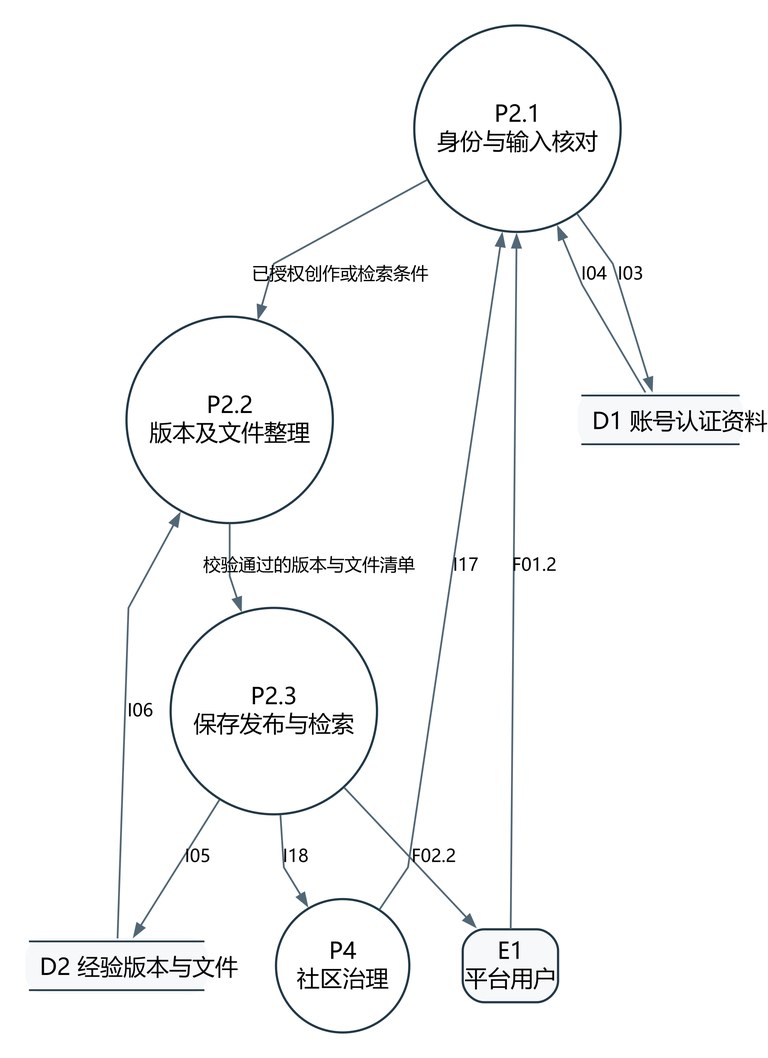
Above: docs/project/models/图表与模型/DFD21.png in jason-bitc/HZCU-CampusHub (Graphviz), before the change. Its source is kept beside it as docs/project/models/图表与模型/DFD21.dot. Source of this version:
```dot
digraph G {
graph [rankdir=TB,nodesep=0.30,ranksep=0.48,bgcolor="white",splines=polyline,pad=0.20];
node [fontname="Microsoft YaHei",fontsize=13,color="#223846",penwidth=1.25,margin="0.10,0.07",style="rounded,filled",fillcolor="#F6F8FA"];
edge [fontname="Microsoft YaHei",fontsize=10,color="#526775",arrowsize=0.7];
"P2.1" [shape=circle,label="P2.1\n身份与输入核对",style="filled",fillcolor="white"];
"P2.2" [shape=circle,label="P2.2\n版本及文件整理",style="filled",fillcolor="white"];
"P2.3" [shape=circle,label="P2.3\n保存发布与检索",style="filled",fillcolor="white"];
"E1" [shape=box,label="E1\n平台用户"];
"D1" [shape=plain,label=<<TABLE BORDER="0" CELLBORDER="0" CELLPADDING="5"><TR><TD BORDER="1" SIDES="TB">D1 账号认证资料</TD></TR></TABLE>>];
"D2" [shape=plain,label=<<TABLE BORDER="0" CELLBORDER="0" CELLPADDING="5"><TR><TD BORDER="1" SIDES="TB">D2 经验版本与文件</TD></TR></TABLE>>];
"P4" [shape=circle,label="P4\n社区治理",style="filled",fillcolor="white"];
"E1" -> "P2.1" [label="F01.2"];
"P2.3" -> "E1" [label="F02.2"];
"P2.1" -> "D1" [label="I03"];
"D1" -> "P2.1" [label="I04"];
"P2.3" -> "D2" [label="I05"];
"D2" -> "P2.2" [label="I06"];
"P4" -> "P2.1" [label="I17"];
"P2.3" -> "P4" [label="I18"];
"P2.1" -> "P2.2" [label="已授权创作或检索条件"];
"P2.2" -> "P2.3" [label="校验通过的版本与文件清单"];
}
```
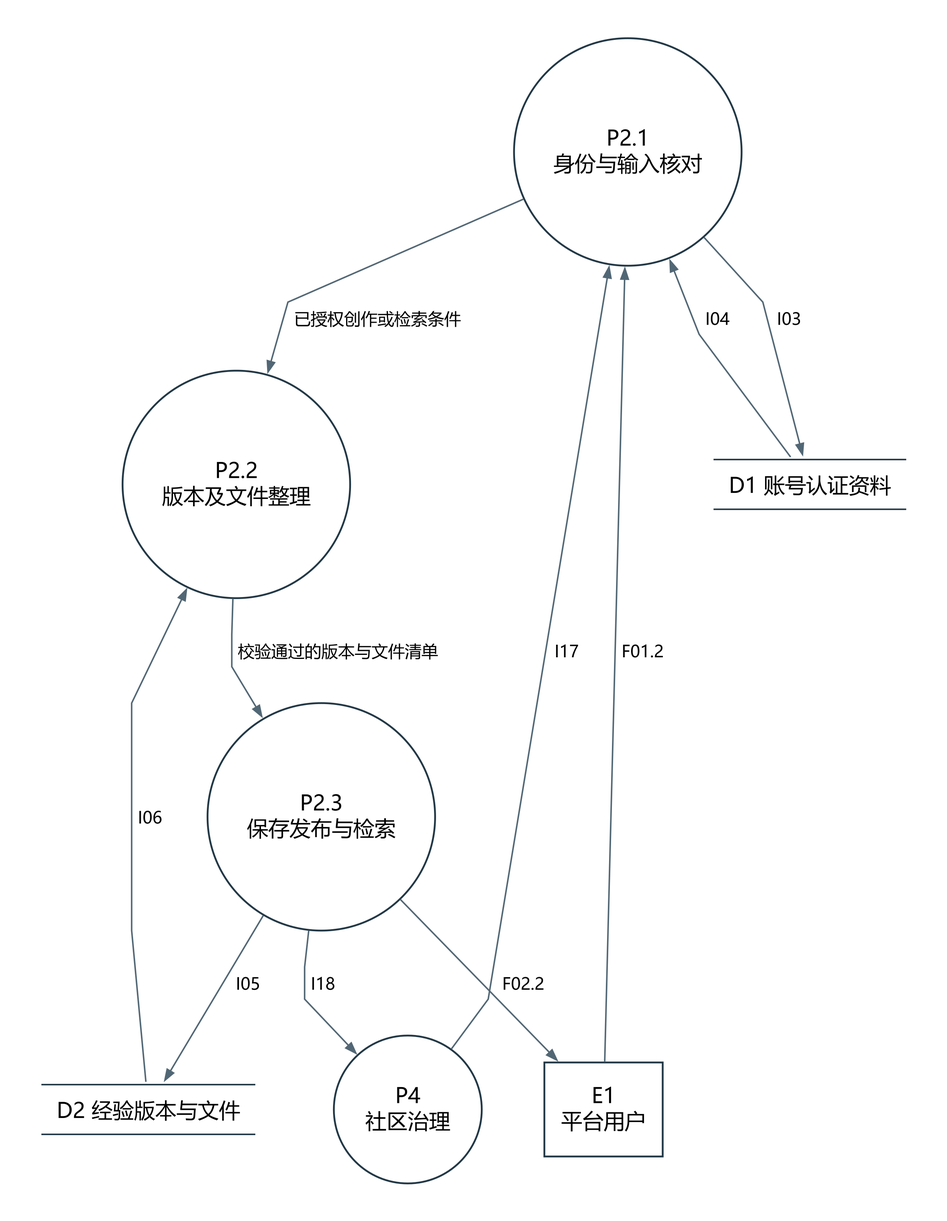
Above is the later version.

What changed in the source:
```diff
@@ -1,22 +1,22 @@
 digraph G {
-graph [rankdir=TB,nodesep=0.30,ranksep=0.48,bgcolor="white",splines=polyline,pad=0.20];
-node [fontname="Microsoft YaHei",fontsize=13,color="#223846",penwidth=1.25,margin="0.10,0.07",style="rounded,filled",fillcolor="#F6F8FA"];
-edge [fontname="Microsoft YaHei",fontsize=10,color="#526775",arrowsize=0.7];
-"P2.1" [shape=circle,label="P2.1\n身份与输入核对",style="filled",fillcolor="white"];
-"P2.2" [shape=circle,label="P2.2\n版本及文件整理",style="filled",fillcolor="white"];
-"P2.3" [shape=circle,label="P2.3\n保存发布与检索",style="filled",fillcolor="white"];
-"E1" [shape=box,label="E1\n平台用户"];
-"D1" [shape=plain,label=<<TABLE BORDER="0" CELLBORDER="0" CELLPADDING="5"><TR><TD BORDER="1" SIDES="TB">D1 账号认证资料</TD></TR></TABLE>>];
-"D2" [shape=plain,label=<<TABLE BORDER="0" CELLBORDER="0" CELLPADDING="5"><TR><TD BORDER="1" SIDES="TB">D2 经验版本与文件</TD></TR></TABLE>>];
-"P4" [shape=circle,label="P4\n社区治理",style="filled",fillcolor="white"];
-"E1" -> "P2.1" [label="F01.2"];
-"P2.3" -> "E1" [label="F02.2"];
-"P2.1" -> "D1" [label="I03"];
-"D1" -> "P2.1" [label="I04"];
-"P2.3" -> "D2" [label="I05"];
-"D2" -> "P2.2" [label="I06"];
-"P4" -> "P2.1" [label="I17"];
-"P2.3" -> "P4" [label="I18"];
-"P2.1" -> "P2.2" [label="已授权创作或检索条件"];
-"P2.2" -> "P2.3" [label="校验通过的版本与文件清单"];
+graph [rankdir=TB,nodesep=0.45,ranksep=0.65,bgcolor="white",splines=polyline,pad=0.35];
+node [fontname="Microsoft YaHei",fontsize=14,color="#223846",penwidth=1.2,margin="0.12,0.10",fillcolor="white",style="filled"];
+edge [fontname="Microsoft YaHei",fontsize=11,color="#526775",arrowsize=0.7];
+"P2.1" [shape=circle,label="P2.1\n身份与输入核对",width=2.083,height=2.083];
+"P2.2" [shape=circle,label="P2.2\n版本及文件整理",width=2.083,height=2.083];
+"P2.3" [shape=circle,label="P2.3\n保存发布与检索",width=2.083,height=2.083];
+"E1" [shape=box,label="E1\n平台用户",width=1.083,height=0.861];
+"D1" [shape=plain,label=<<TABLE BORDER="0" CELLBORDER="0" CELLPADDING="7" WIDTH="131"><TR><TD BORDER="1" SIDES="TB"><FONT FACE="Microsoft YaHei" POINT-SIZE="14">D1 账号认证资料</FONT></TD></TR></TABLE>>];
+"D2" [shape=plain,label=<<TABLE BORDER="0" CELLBORDER="0" CELLPADDING="7" WIDTH="145"><TR><TD BORDER="1" SIDES="TB"><FONT FACE="Microsoft YaHei" POINT-SIZE="14">D2 经验版本与文件</FONT></TD></TR></TABLE>>];
+"P4" [shape=circle,label="P4\n社区治理",width=1.354,height=1.354];
+"E1" -> "P2.1" [label=<<TABLE BORDER="0" CELLBORDER="0" CELLPADDING="2" WIDTH="46"><TR><TD><FONT FACE="Microsoft YaHei" POINT-SIZE="11">F01.2</FONT></TD></TR></TABLE>>];
+"P2.3" -> "E1" [label=<<TABLE BORDER="0" CELLBORDER="0" CELLPADDING="2" WIDTH="46"><TR><TD><FONT FACE="Microsoft YaHei" POINT-SIZE="11">F02.2</FONT></TD></TR></TABLE>>];
+"P2.1" -> "D1" [label=<<TABLE BORDER="0" CELLBORDER="0" CELLPADDING="2" WIDTH="34"><TR><TD><FONT FACE="Microsoft YaHei" POINT-SIZE="11">I03</FONT></TD></TR></TABLE>>];
+"D1" -> "P2.1" [label=<<TABLE BORDER="0" CELLBORDER="0" CELLPADDING="2" WIDTH="34"><TR><TD><FONT FACE="Microsoft YaHei" POINT-SIZE="11">I04</FONT></TD></TR></TABLE>>];
+"P2.3" -> "D2" [label=<<TABLE BORDER="0" CELLBORDER="0" CELLPADDING="2" WIDTH="34"><TR><TD><FONT FACE="Microsoft YaHei" POINT-SIZE="11">I05</FONT></TD></TR></TABLE>>];
+"D2" -> "P2.2" [label=<<TABLE BORDER="0" CELLBORDER="0" CELLPADDING="2" WIDTH="34"><TR><TD><FONT FACE="Microsoft YaHei" POINT-SIZE="11">I06</FONT></TD></TR></TABLE>>];
+"P4" -> "P2.1" [label=<<TABLE BORDER="0" CELLBORDER="0" CELLPADDING="2" WIDTH="34"><TR><TD><FONT FACE="Microsoft YaHei" POINT-SIZE="11">I17</FONT></TD></TR></TABLE>>];
+"P2.3" -> "P4" [label=<<TABLE BORDER="0" CELLBORDER="0" CELLPADDING="2" WIDTH="34"><TR><TD><FONT FACE="Microsoft YaHei" POINT-SIZE="11">I18</FONT></TD></TR></TABLE>>];
+"P2.1" -> "P2.2" [label=<<TABLE BORDER="0" CELLBORDER="0" CELLPADDING="2" WIDTH="128"><TR><TD><FONT FACE="Microsoft YaHei" POINT-SIZE="11">已授权创作或检索条件</FONT></TD></TR></TABLE>>];
+"P2.2" -> "P2.3" [label=<<TABLE BORDER="0" CELLBORDER="0" CELLPADDING="2" WIDTH="150"><TR><TD><FONT FACE="Microsoft YaHei" POINT-SIZE="11">校验通过的版本与文件清单</FONT></TD></TR></TABLE>>];
 }
```
